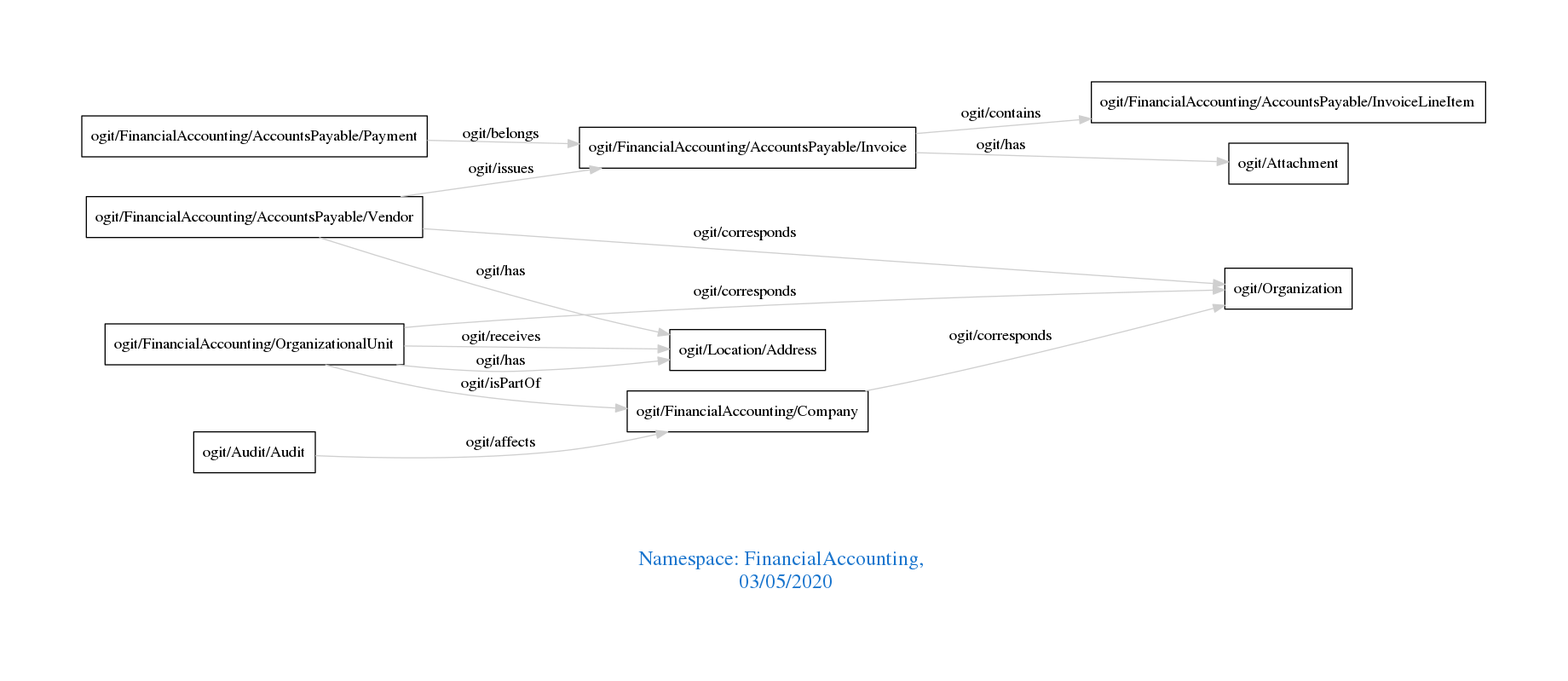
Earlier version of the Graphviz export downloads/FinancialAccounting.png (arago/OGIT). Its source is kept beside it as downloads/FinancialAccounting.dot.
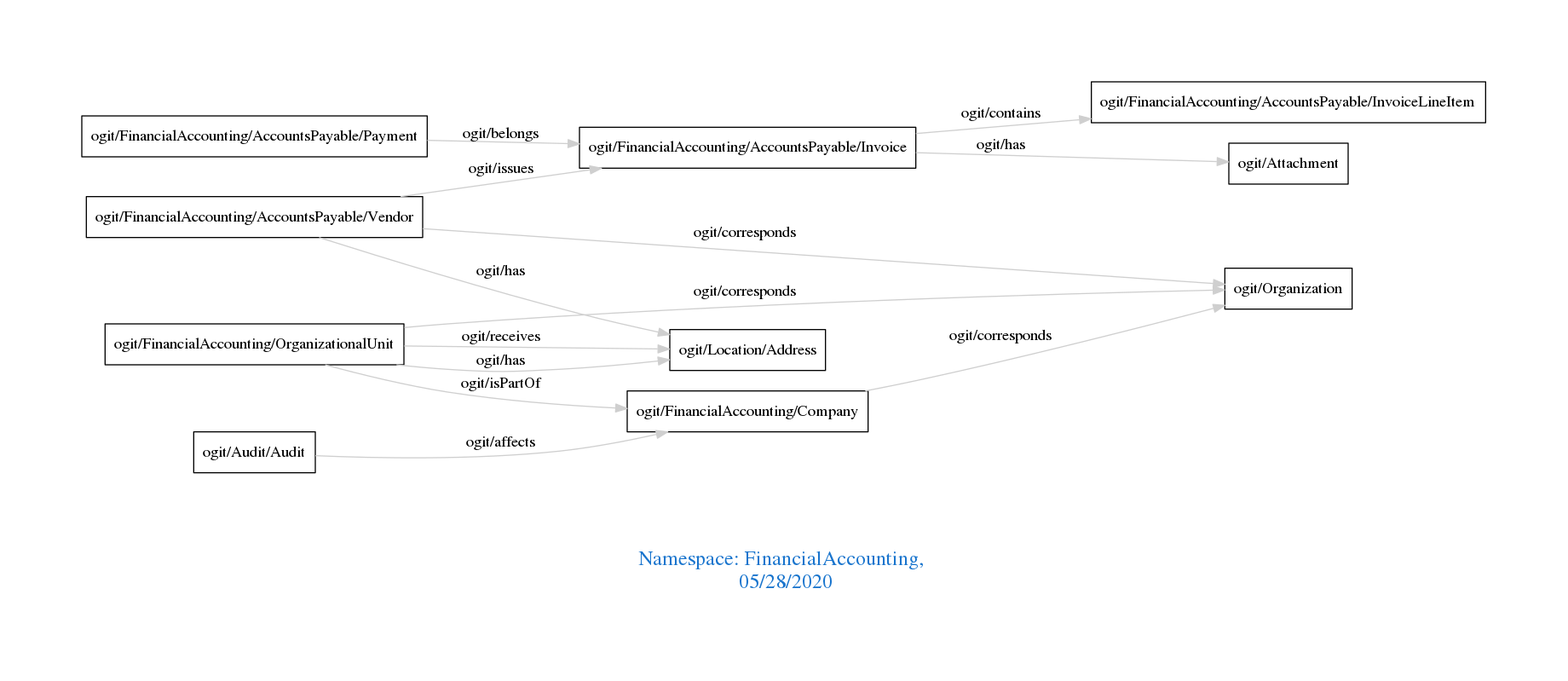
Above is the later version.

What changed in the source:
```diff
@@ -1,7 +1,7 @@
 digraph OGIT_ontology {
  graph [ rankdir= LR,pad=1
 fontsize = 18,
-fontcolor= dodgerblue3,label = "\n\n\nNamespace: FinancialAccounting, \n 03/05/2020"];
+fontcolor= dodgerblue3,label = "\n\n\nNamespace: FinancialAccounting, \n 05/28/2020"];
 node[shape=polygon];
 edge [  color="gray81"];
 
```
